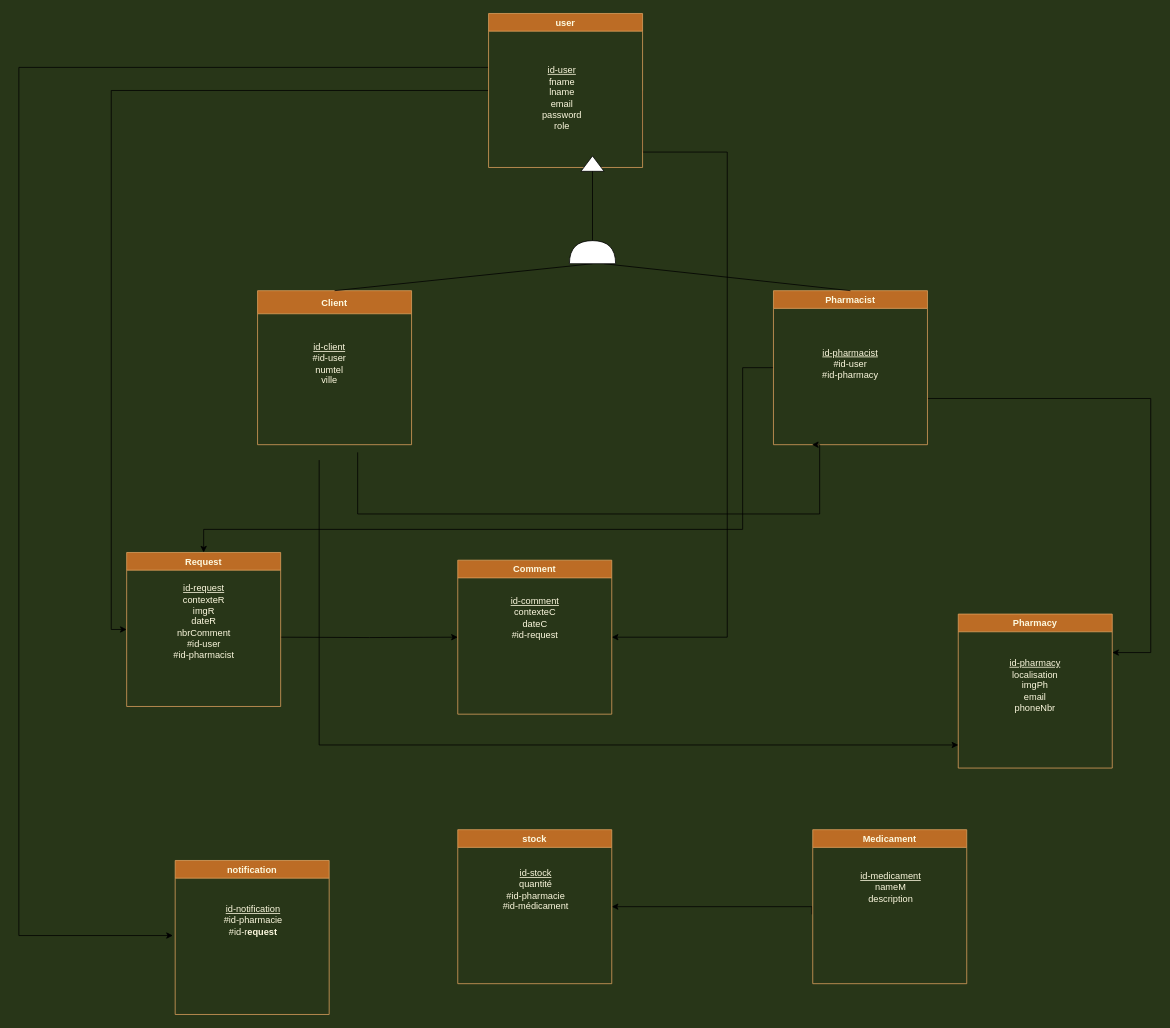
Before: conception-base donner/MLD.dio in KHADIJALAHMAR/projet_fils_rouge, a draw.io diagram. Source tidied: cells renumbered, new cells numbered last; positions are measured from the earlier drawing's top-left corner, leaving out a move shared by most shapes. Both pictures are drawn from the tidied source at 77%, with x=0, y=0 at pixel (18, 13).
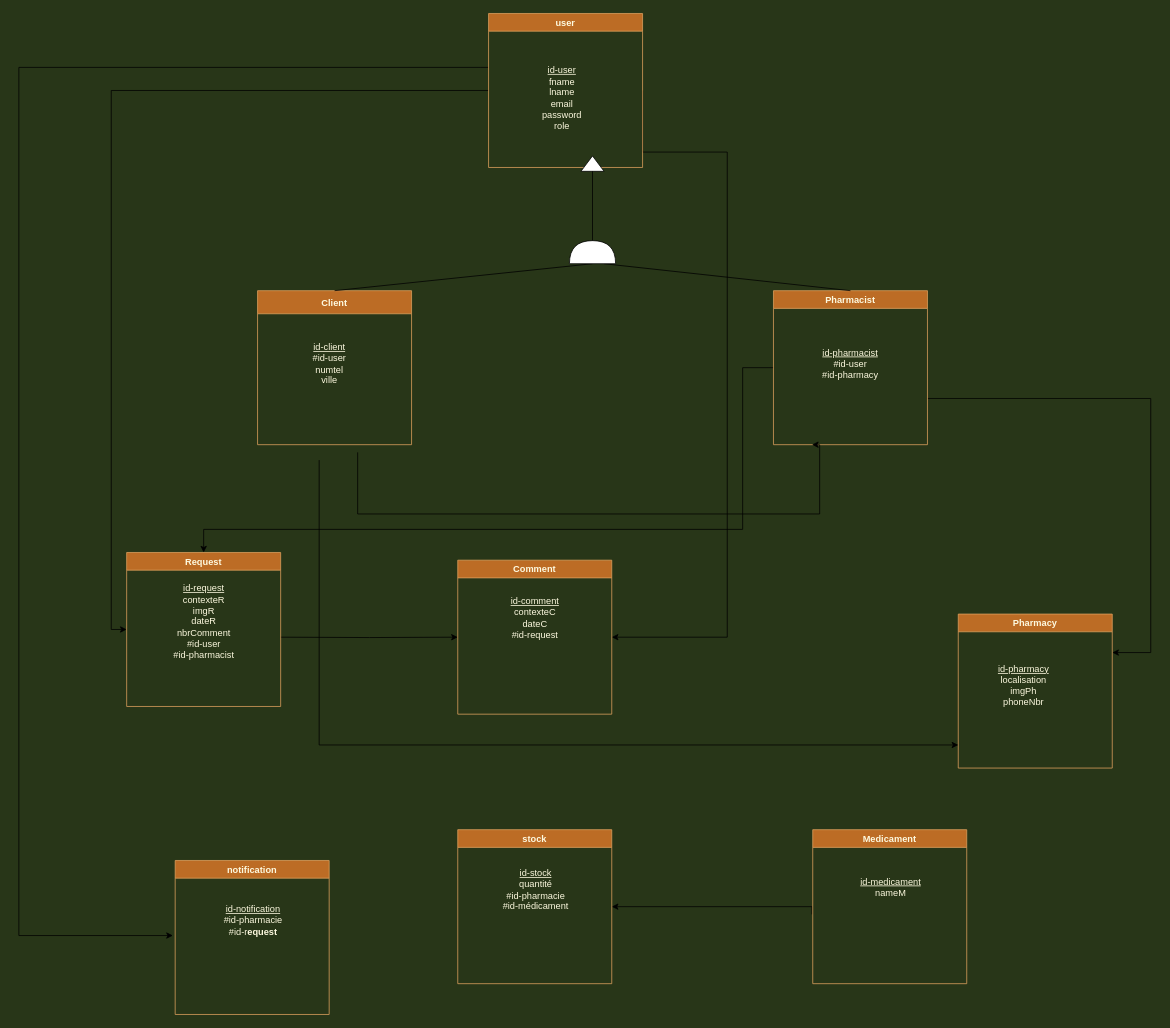
After the change.

The change refers to these unchanged cells:
```xml
<mxCell id="3" value="Pharmacy" style="swimlane;fillColor=#BC6C25;strokeColor=#DDA15E;fontColor=#FEFAE0;startSize=23;" parent="1" vertex="1">
  <mxGeometry x="1220" y="780" width="200" height="200" as="geometry" />
</mxCell>
<mxCell id="30" value="Medicament" style="swimlane;fillColor=#BC6C25;strokeColor=#DDA15E;fontColor=#FEFAE0;" parent="1" vertex="1">
  <mxGeometry x="1031" y="1060" width="200" height="200" as="geometry" />
</mxCell>
```

What changed in the source:
```diff
@@
-    <mxCell id="4" value="&lt;u&gt;id-pharmacy&lt;br&gt;&lt;/u&gt;localisation&lt;br&gt;imgPh&lt;br&gt;email&lt;br&gt;phoneNbr&lt;br&gt;&amp;nbsp;" style="text;html=1;strokeColor=none;fillColor=none;align=center;verticalAlign=middle;whiteSpace=wrap;rounded=0;sketch=0;fontColor=#FEFAE0;" parent="3" vertex="1">
-      <mxGeometry x="55" y="90" width="90" height="20" as="geometry" />
+    <mxCell id="4" value="&lt;u&gt;id-pharmacy&lt;br&gt;&lt;/u&gt;localisation&lt;br&gt;imgPh&lt;br&gt;phoneNbr&lt;br&gt;&amp;nbsp;" style="text;html=1;strokeColor=none;fillColor=none;align=center;verticalAlign=middle;whiteSpace=wrap;rounded=0;sketch=0;fontColor=#FEFAE0;" parent="3" vertex="1">
+      <mxGeometry x="40" y="90" width="90" height="20" as="geometry" />
     </mxCell>
@@
-    <mxCell id="31" value="&lt;u&gt;id-medicament&lt;br&gt;&lt;/u&gt;nameM&lt;br&gt;description" style="text;html=1;strokeColor=none;fillColor=none;align=center;verticalAlign=middle;whiteSpace=wrap;rounded=0;sketch=0;fontColor=#FEFAE0;" parent="30" vertex="1">
+    <mxCell id="31" value="&lt;u&gt;id-medicament&lt;br&gt;&lt;/u&gt;nameM" style="text;html=1;strokeColor=none;fillColor=none;align=center;verticalAlign=middle;whiteSpace=wrap;rounded=0;sketch=0;fontColor=#FEFAE0;" parent="30" vertex="1">
       <mxGeometry x="53.5" y="65" width="95" height="20" as="geometry" />
     </mxCell>
```
